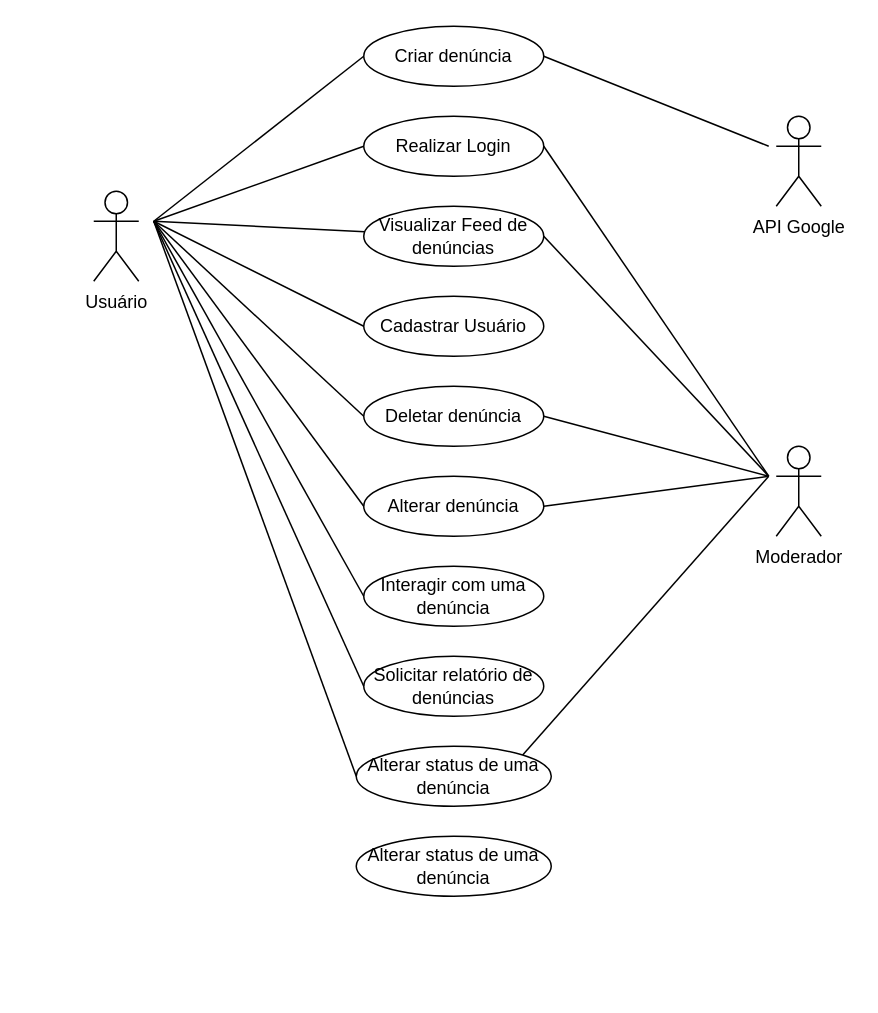
This is Documentação/Diagramas/Diagrama de Caso de Uso.drawio from frsouzaa/Documentacao-TCC-NossaVia, a draw.io file, before an edit. Source tidied: cells renumbered, new cells numbered last; positions are measured from the earlier drawing's top-left corner, leaving out a move shared by most shapes. Both pictures are drawn from the tidied source at 150%, with x=0, y=0 at pixel (93, 26).
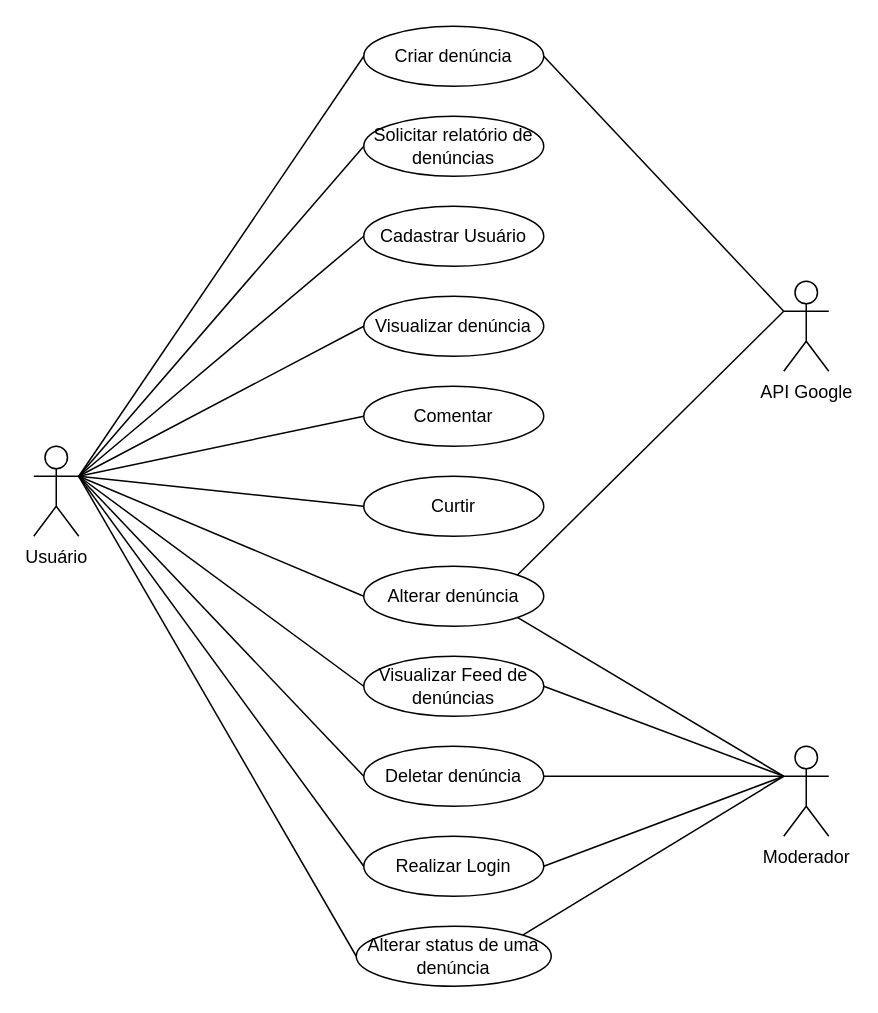
The same diagram, later.

Commit message:
(feat): melhoria no diagrama de casos de uso

Unchanged cells that the change refers to:
```xml
<mxCell id="4" value="Criar denúncia" style="ellipse;whiteSpace=wrap;html=1;align=center;" parent="1" vertex="1">
  <mxGeometry x="180" width="120" height="40" as="geometry" />
</mxCell>
```

Diff of the diagram source:
```diff
@@
     <mxCell id="2" value="Moderador" style="shape=umlActor;verticalLabelPosition=bottom;verticalAlign=top;html=1;outlineConnect=0;" parent="1" vertex="1">
-      <mxGeometry x="455" y="280" width="30" height="60" as="geometry" />
+      <mxGeometry x="460" y="480" width="30" height="60" as="geometry" />
     </mxCell>
     <mxCell id="3" value="Usuário" style="shape=umlActor;verticalLabelPosition=bottom;verticalAlign=top;html=1;outlineConnect=0;" parent="1" vertex="1">
-      <mxGeometry y="110" width="30" height="60" as="geometry" />
+      <mxGeometry x="-40" y="280" width="30" height="60" as="geometry" />
     </mxCell>
@@
     <mxCell id="5" value="Realizar Login" style="ellipse;whiteSpace=wrap;html=1;align=center;" parent="1" vertex="1">
-      <mxGeometry x="180" y="60" width="120" height="40" as="geometry" />
+      <mxGeometry x="180" y="540" width="120" height="40" as="geometry" />
     </mxCell>
     <mxCell id="6" value="Visualizar Feed de denúncias" style="ellipse;whiteSpace=wrap;html=1;align=center;" parent="1" vertex="1">
-      <mxGeometry x="180" y="120" width="120" height="40" as="geometry" />
+      <mxGeometry x="180" y="420" width="120" height="40" as="geometry" />
     </mxCell>
     <mxCell id="7" value="Deletar denúncia" style="ellipse;whiteSpace=wrap;html=1;align=center;" parent="1" vertex="1">
-      <mxGeometry x="180" y="240" width="120" height="40" as="geometry" />
+      <mxGeometry x="180" y="480" width="120" height="40" as="geometry" />
     </mxCell>
     <mxCell id="8" value="Cadastrar Usuário" style="ellipse;whiteSpace=wrap;html=1;align=center;" parent="1" vertex="1">
-      <mxGeometry x="180" y="180" width="120" height="40" as="geometry" />
+      <mxGeometry x="180" y="120" width="120" height="40" as="geometry" />
     </mxCell>
     <mxCell id="9" value="Alterar denúncia" style="ellipse;whiteSpace=wrap;html=1;align=center;" parent="1" vertex="1">
-      <mxGeometry x="180" y="300" width="120" height="40" as="geometry" />
+      <mxGeometry x="180" y="360" width="120" height="40" as="geometry" />
     </mxCell>
-    <mxCell id="10" value="Interagir com uma denúncia" style="ellipse;whiteSpace=wrap;html=1;align=center;" parent="1" vertex="1">
-      <mxGeometry x="180" y="360" width="120" height="40" as="geometry" />
+    <mxCell id="10" value="Visualizar denúncia" style="ellipse;whiteSpace=wrap;html=1;align=center;" parent="1" vertex="1">
+      <mxGeometry x="180" y="180" width="120" height="40" as="geometry" />
     </mxCell>
     <mxCell id="11" value="Solicitar relatório de denúncias" style="ellipse;whiteSpace=wrap;html=1;align=center;" parent="1" vertex="1">
-      <mxGeometry x="180" y="420" width="120" height="40" as="geometry" />
+      <mxGeometry x="180" y="60" width="120" height="40" as="geometry" />
     </mxCell>
-    <mxCell id="12" style="endArrow=none;html=1;rounded=0;entryX=0;entryY=0.5;entryDx=0;entryDy=0;" parent="1" edge="1" target="4">
-      <mxGeometry relative="1" as="geometry">
-        <mxPoint x="40" y="130" as="sourcePoint" />
-      </mxGeometry>
+    <mxCell id="12" style="endArrow=none;html=1;rounded=0;entryX=0;entryY=0.5;entryDx=0;entryDy=0;exitX=1;exitY=0.3333333333333333;exitDx=0;exitDy=0;exitPerimeter=0;" parent="1" edge="1" source="3" target="4">
+      <mxGeometry relative="1" as="geometry" />
     </mxCell>
-    <mxCell id="13" style="endArrow=none;html=1;rounded=0;entryX=0;entryY=0.5;entryDx=0;entryDy=0;" parent="1" edge="1" target="5">
-      <mxGeometry relative="1" as="geometry">
-        <mxPoint x="40" y="130" as="sourcePoint" />
-      </mxGeometry>
+    <mxCell id="13" style="endArrow=none;html=1;rounded=0;entryX=0;entryY=0.5;entryDx=0;entryDy=0;exitX=1;exitY=0.3333333333333333;exitDx=0;exitDy=0;exitPerimeter=0;" parent="1" edge="1" source="3" target="5">
+      <mxGeometry relative="1" as="geometry" />
     </mxCell>
-    <mxCell id="14" style="endArrow=none;html=1;rounded=0;" parent="1" edge="1" target="6">
-      <mxGeometry relative="1" as="geometry">
-        <mxPoint x="40" y="130" as="sourcePoint" />
-      </mxGeometry>
+    <mxCell id="14" style="endArrow=none;html=1;rounded=0;exitX=1;exitY=0.3333333333333333;exitDx=0;exitDy=0;exitPerimeter=0;entryX=0;entryY=0.5;entryDx=0;entryDy=0;" parent="1" edge="1" source="3" target="6">
+      <mxGeometry relative="1" as="geometry" />
     </mxCell>
-    <mxCell id="15" style="endArrow=none;html=1;rounded=0;entryX=0;entryY=0.5;entryDx=0;entryDy=0;" parent="1" edge="1" target="8">
-      <mxGeometry relative="1" as="geometry">
-        <mxPoint x="40" y="130" as="sourcePoint" />
-      </mxGeometry>
+    <mxCell id="15" style="endArrow=none;html=1;rounded=0;entryX=0;entryY=0.5;entryDx=0;entryDy=0;exitX=1;exitY=0.3333333333333333;exitDx=0;exitDy=0;exitPerimeter=0;" parent="1" edge="1" source="3" target="8">
+      <mxGeometry relative="1" as="geometry" />
     </mxCell>
-    <mxCell id="16" style="endArrow=none;html=1;rounded=0;entryX=0;entryY=0.5;entryDx=0;entryDy=0;" parent="1" edge="1" target="7">
-      <mxGeometry relative="1" as="geometry">
-        <mxPoint x="40" y="130" as="sourcePoint" />
-      </mxGeometry>
+    <mxCell id="16" style="endArrow=none;html=1;rounded=0;entryX=0;entryY=0.5;entryDx=0;entryDy=0;exitX=1;exitY=0.3333333333333333;exitDx=0;exitDy=0;exitPerimeter=0;" parent="1" edge="1" source="3" target="7">
+      <mxGeometry relative="1" as="geometry" />
     </mxCell>
-    <mxCell id="17" style="endArrow=none;html=1;rounded=0;entryX=0;entryY=0.5;entryDx=0;entryDy=0;" parent="1" edge="1" target="9">
-      <mxGeometry relative="1" as="geometry">
-        <mxPoint x="40" y="130" as="sourcePoint" />
-      </mxGeometry>
+    <mxCell id="17" style="endArrow=none;html=1;rounded=0;entryX=0;entryY=0.5;entryDx=0;entryDy=0;exitX=1;exitY=0.3333333333333333;exitDx=0;exitDy=0;exitPerimeter=0;" parent="1" edge="1" source="3" target="9">
+      <mxGeometry relative="1" as="geometry" />
     </mxCell>
-    <mxCell id="18" style="endArrow=none;html=1;rounded=0;entryX=0;entryY=0.5;entryDx=0;entryDy=0;" parent="1" edge="1" target="10">
-      <mxGeometry relative="1" as="geometry">
-        <mxPoint x="40" y="130" as="sourcePoint" />
-      </mxGeometry>
+    <mxCell id="18" style="endArrow=none;html=1;rounded=0;entryX=0;entryY=0.5;entryDx=0;entryDy=0;exitX=1;exitY=0.3333333333333333;exitDx=0;exitDy=0;exitPerimeter=0;" parent="1" edge="1" source="3" target="10">
+      <mxGeometry relative="1" as="geometry" />
     </mxCell>
-    <mxCell id="19" style="endArrow=none;html=1;rounded=0;entryX=0;entryY=0.5;entryDx=0;entryDy=0;" parent="1" edge="1" target="11">
-      <mxGeometry relative="1" as="geometry">
-        <mxPoint x="40" y="130" as="sourcePoint" />
-      </mxGeometry>
+    <mxCell id="19" style="endArrow=none;html=1;rounded=0;entryX=0;entryY=0.5;entryDx=0;entryDy=0;exitX=1;exitY=0.3333333333333333;exitDx=0;exitDy=0;exitPerimeter=0;" parent="1" edge="1" source="3" target="11">
+      <mxGeometry relative="1" as="geometry" />
     </mxCell>
-    <mxCell id="20" style="endArrow=none;html=1;rounded=0;exitX=1;exitY=0.5;exitDx=0;exitDy=0;" parent="1" edge="1" source="5">
-      <mxGeometry relative="1" as="geometry">
-        <mxPoint x="450" y="300" as="targetPoint" />
-      </mxGeometry>
+    <mxCell id="20" style="endArrow=none;html=1;rounded=0;exitX=1;exitY=0.5;exitDx=0;exitDy=0;entryX=0;entryY=0.3333333333333333;entryDx=0;entryDy=0;entryPerimeter=0;" parent="1" edge="1" source="5" target="2">
+      <mxGeometry relative="1" as="geometry" />
     </mxCell>
-    <mxCell id="21" style="endArrow=none;html=1;rounded=0;exitX=1;exitY=0.5;exitDx=0;exitDy=0;" parent="1" edge="1" source="6">
-      <mxGeometry relative="1" as="geometry">
-        <mxPoint x="450" y="300" as="targetPoint" />
-      </mxGeometry>
+    <mxCell id="21" style="endArrow=none;html=1;rounded=0;exitX=1;exitY=0.5;exitDx=0;exitDy=0;entryX=0;entryY=0.3333333333333333;entryDx=0;entryDy=0;entryPerimeter=0;" parent="1" edge="1" source="6" target="2">
+      <mxGeometry relative="1" as="geometry" />
     </mxCell>
-    <mxCell id="22" style="endArrow=none;html=1;rounded=0;exitX=1;exitY=0.5;exitDx=0;exitDy=0;" parent="1" edge="1" source="7">
-      <mxGeometry relative="1" as="geometry">
-        <mxPoint x="450" y="300" as="targetPoint" />
-      </mxGeometry>
+    <mxCell id="22" style="endArrow=none;html=1;rounded=0;exitX=1;exitY=0.5;exitDx=0;exitDy=0;entryX=0;entryY=0.3333333333333333;entryDx=0;entryDy=0;entryPerimeter=0;" parent="1" edge="1" source="7" target="2">
+      <mxGeometry relative="1" as="geometry" />
     </mxCell>
-    <mxCell id="23" style="endArrow=none;html=1;rounded=0;exitX=1;exitY=0.5;exitDx=0;exitDy=0;" parent="1" edge="1" source="9">
-      <mxGeometry relative="1" as="geometry">
-        <mxPoint x="450" y="300" as="targetPoint" />
-      </mxGeometry>
+    <mxCell id="23" style="endArrow=none;html=1;rounded=0;exitX=1;exitY=1;exitDx=0;exitDy=0;entryX=0;entryY=0.3333333333333333;entryDx=0;entryDy=0;entryPerimeter=0;" parent="1" edge="1" source="9" target="2">
+      <mxGeometry relative="1" as="geometry" />
     </mxCell>
     <mxCell id="24" value="Alterar status de uma denúncia" style="ellipse;whiteSpace=wrap;html=1;align=center;" parent="1" vertex="1">
-      <mxGeometry x="175" y="480" width="130" height="40" as="geometry" />
+      <mxGeometry x="175" y="600" width="130" height="40" as="geometry" />
     </mxCell>
-    <mxCell id="25" style="endArrow=none;html=1;rounded=0;exitX=1;exitY=0;exitDx=0;exitDy=0;" parent="1" edge="1" source="24">
-      <mxGeometry relative="1" as="geometry">
-        <mxPoint x="450" y="300" as="targetPoint" />
-      </mxGeometry>
+    <mxCell id="25" style="endArrow=none;html=1;rounded=0;exitX=1;exitY=0;exitDx=0;exitDy=0;entryX=0;entryY=0.3333333333333333;entryDx=0;entryDy=0;entryPerimeter=0;" parent="1" edge="1" source="24" target="2">
+      <mxGeometry relative="1" as="geometry" />
     </mxCell>
     <mxCell id="26" value="API Google" style="shape=umlActor;verticalLabelPosition=bottom;verticalAlign=top;html=1;outlineConnect=0;" parent="1" vertex="1">
-      <mxGeometry x="455" y="60" width="30" height="60" as="geometry" />
+      <mxGeometry x="460" y="170" width="30" height="60" as="geometry" />
     </mxCell>
-    <mxCell id="27" style="endArrow=none;html=1;rounded=0;exitX=1;exitY=0.5;exitDx=0;exitDy=0;" parent="1" edge="1" source="4">
-      <mxGeometry relative="1" as="geometry">
-        <mxPoint x="450" y="80" as="targetPoint" />
-      </mxGeometry>
+    <mxCell id="27" style="endArrow=none;html=1;rounded=0;exitX=1;exitY=0.5;exitDx=0;exitDy=0;entryX=0;entryY=0.3333333333333333;entryDx=0;entryDy=0;entryPerimeter=0;" parent="1" edge="1" source="4" target="26">
+      <mxGeometry relative="1" as="geometry" />
     </mxCell>
-    <mxCell id="28" style="endArrow=none;html=1;rounded=0;exitX=0;exitY=0.5;exitDx=0;exitDy=0;" parent="1" edge="1" source="24">
-      <mxGeometry relative="1" as="geometry">
-        <mxPoint x="40" y="130" as="targetPoint" />
-      </mxGeometry>
+    <mxCell id="28" style="endArrow=none;html=1;rounded=0;exitX=0;exitY=0.5;exitDx=0;exitDy=0;entryX=1;entryY=0.3333333333333333;entryDx=0;entryDy=0;entryPerimeter=0;" parent="1" edge="1" source="24" target="3">
+      <mxGeometry relative="1" as="geometry" />
     </mxCell>
-    <mxCell id="29" value="Alterar status de uma denúncia" style="ellipse;whiteSpace=wrap;html=1;align=center;" parent="1" vertex="1">
-      <mxGeometry x="175" y="540" width="130" height="40" as="geometry" />
-    </mxCell>
+    <mxCell id="30" value="Comentar" style="ellipse;whiteSpace=wrap;html=1;align=center;" parent="1" vertex="1">
+      <mxGeometry x="180" y="240" width="120" height="40" as="geometry" />
+    </mxCell>
+    <mxCell id="31" value="Curtir" style="ellipse;whiteSpace=wrap;html=1;align=center;" parent="1" vertex="1">
+      <mxGeometry x="180" y="300" width="120" height="40" as="geometry" />
+    </mxCell>
+    <mxCell id="32" style="endArrow=none;html=1;rounded=0;entryX=0;entryY=0.5;entryDx=0;entryDy=0;exitX=1;exitY=0.3333333333333333;exitDx=0;exitDy=0;exitPerimeter=0;" parent="1" edge="1" source="3" target="30">
+      <mxGeometry relative="1" as="geometry" />
+    </mxCell>
+    <mxCell id="33" style="endArrow=none;html=1;rounded=0;entryX=0;entryY=0.5;entryDx=0;entryDy=0;exitX=1;exitY=0.3333333333333333;exitDx=0;exitDy=0;exitPerimeter=0;" parent="1" edge="1" source="3" target="31">
+      <mxGeometry relative="1" as="geometry" />
+    </mxCell>
+    <mxCell id="34" style="edgeStyle=orthogonalEdgeStyle;rounded=0;orthogonalLoop=1;jettySize=auto;html=1;exitX=0.5;exitY=1;exitDx=0;exitDy=0;" parent="1" edge="1" source="6" target="6">
+      <mxGeometry relative="1" as="geometry" />
+    </mxCell>
+    <mxCell id="35" style="endArrow=none;html=1;rounded=0;exitX=1;exitY=0;exitDx=0;exitDy=0;entryX=0;entryY=0.3333333333333333;entryDx=0;entryDy=0;entryPerimeter=0;" parent="1" edge="1" source="9" target="26">
+      <mxGeometry relative="1" as="geometry" />
+    </mxCell>
```
